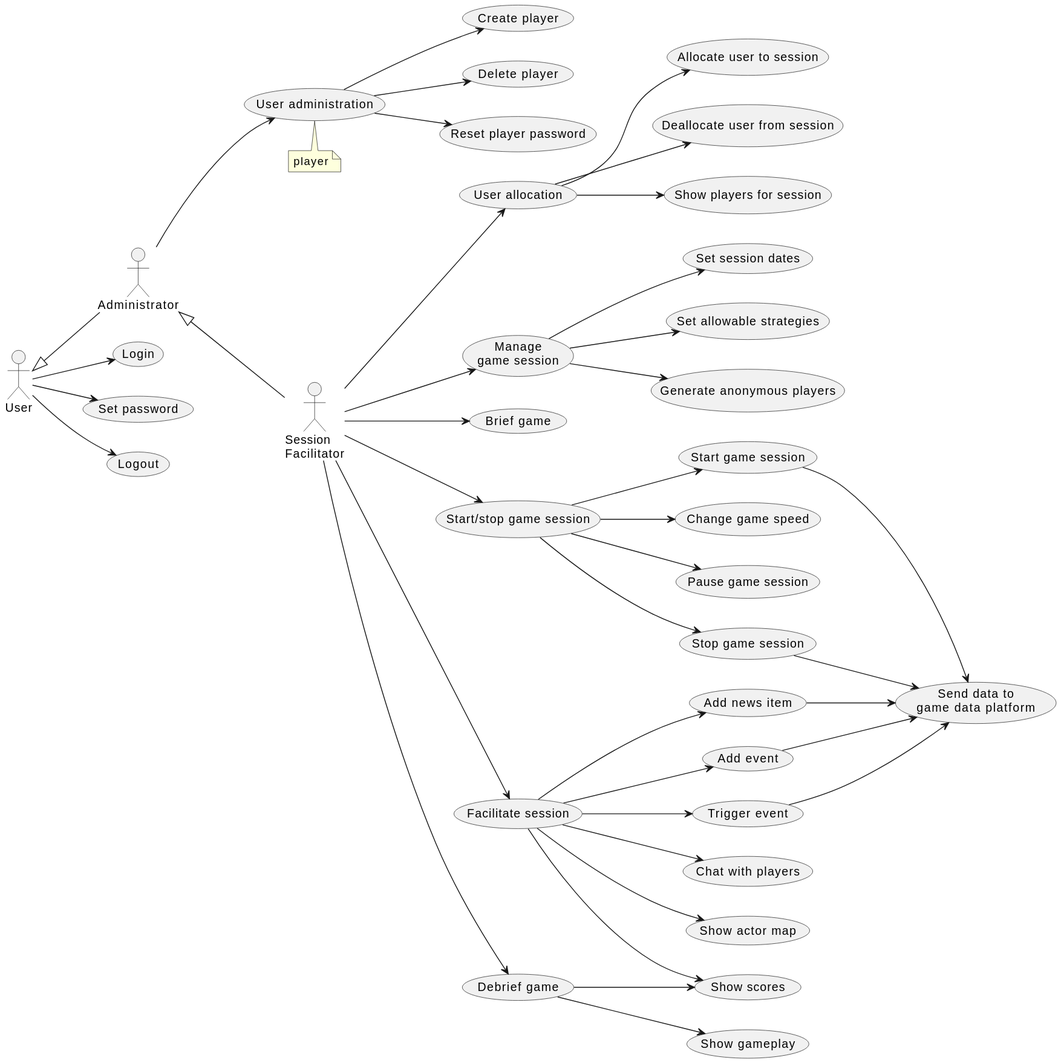
averbraeck/gscg-design keeps this PlantUML diagram as doc/2-use-cases/diagrams/session-facilitation.svg. Above is the earlier version.
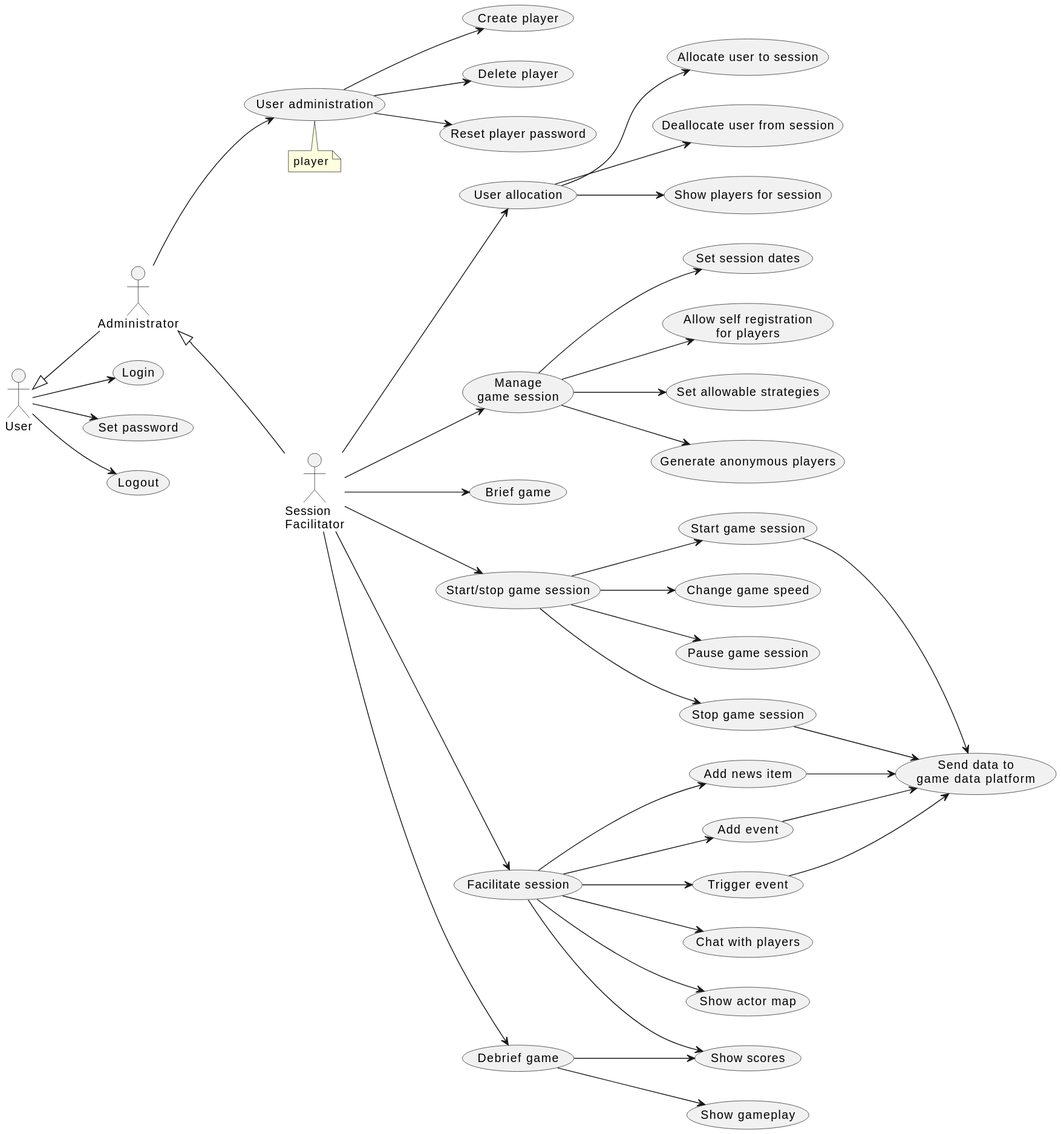
After the change.

What changed in the source:
```diff
@@ -26,6 +26,7 @@
 "Manage\ngame session" as (Manage)
 SF --> Manage
 Manage --> (Set session dates)
+Manage --> (Allow self registration\nfor players)
 Manage --> (Set allowable strategies)
 Manage --> (Generate anonymous players)
 
```
